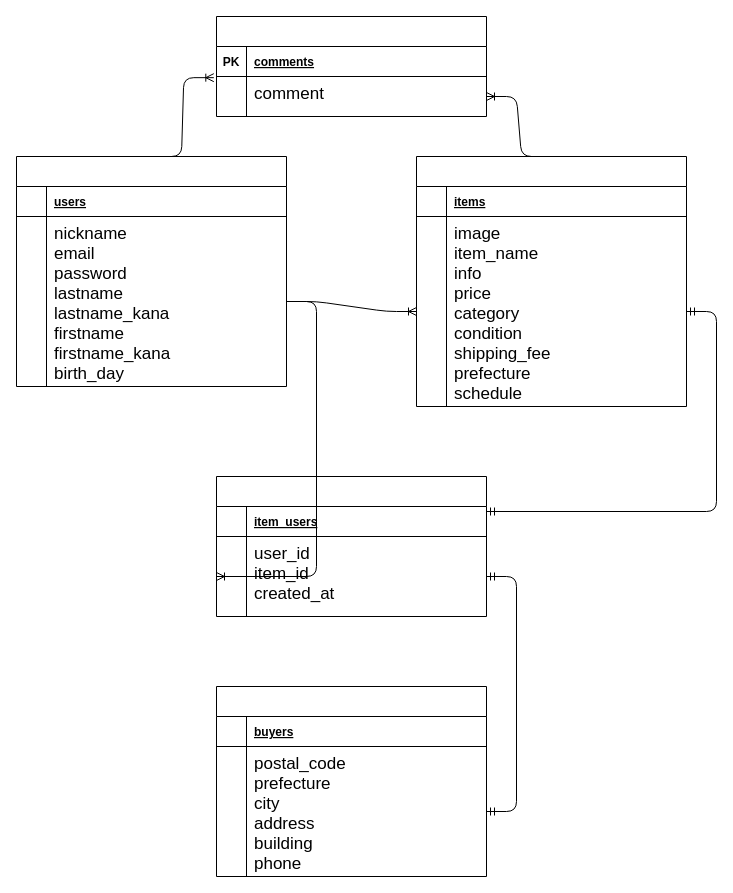
IguchiRyo622/furima-31093 keeps this draw.io diagram as furima.dio. Above is the earlier version. Source tidied: cells renumbered, new cells numbered last; positions are measured from the earlier drawing's top-left corner, leaving out a move shared by most shapes. Both pictures are drawn from the tidied source at 100%, with x=0, y=0 at pixel (16, 16).
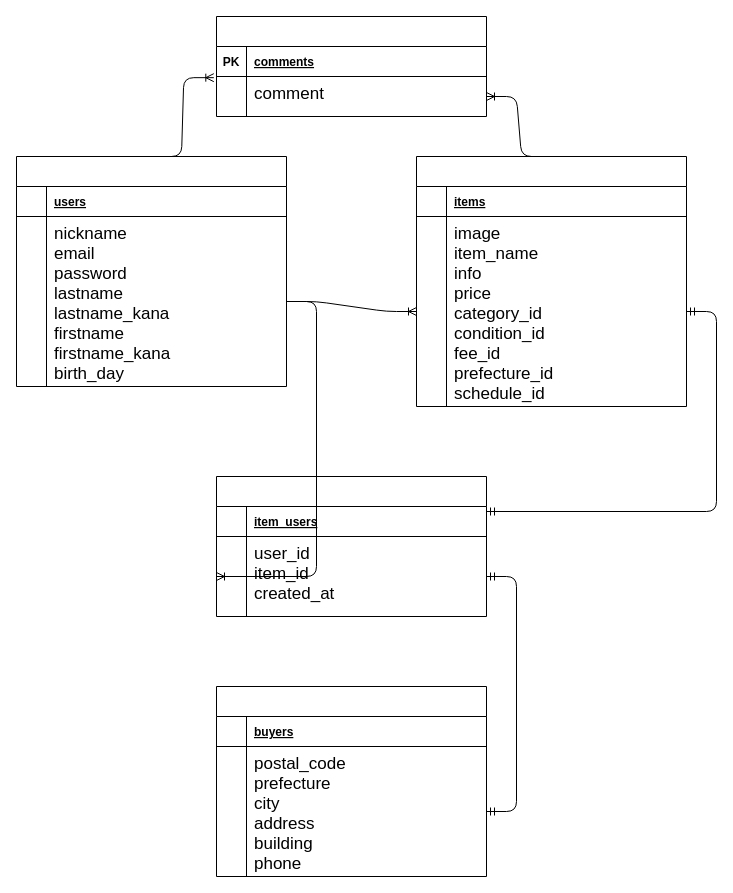
Above is the later version.

Unchanged cells that the change refers to:
```xml
<mxCell id="13" style="shape=partialRectangle;fillColor=none;top=0;left=0;bottom=0;right=0;points=[[0,0.5],[1,0.5]];portConstraint=eastwest;" parent="9" vertex="1">
  <mxGeometry y="60" width="270" height="190" as="geometry" />
</mxCell>
```

The edit, as a diff of the source:
```diff
@@
-    <mxCell id="15" value="image&#10;item_name&#10;info&#10;price&#10;category&#10;condition&#10;shipping_fee&#10;prefecture&#10;schedule" style="shape=partialRectangle;fillColor=none;top=0;left=0;bottom=0;right=0;align=left;spacingLeft=6;overflow=hidden;verticalAlign=top;fontSize=17;" parent="13" vertex="1">
+    <mxCell id="15" value="image&#10;item_name&#10;info&#10;price&#10;category_id&#10;condition_id&#10;fee_id&#10;prefecture_id&#10;schedule_id" style="shape=partialRectangle;fillColor=none;top=0;left=0;bottom=0;right=0;align=left;spacingLeft=6;overflow=hidden;verticalAlign=top;fontSize=17;" parent="13" vertex="1">
       <mxGeometry x="30" width="240" height="190" as="geometry" />
     </mxCell>
```
